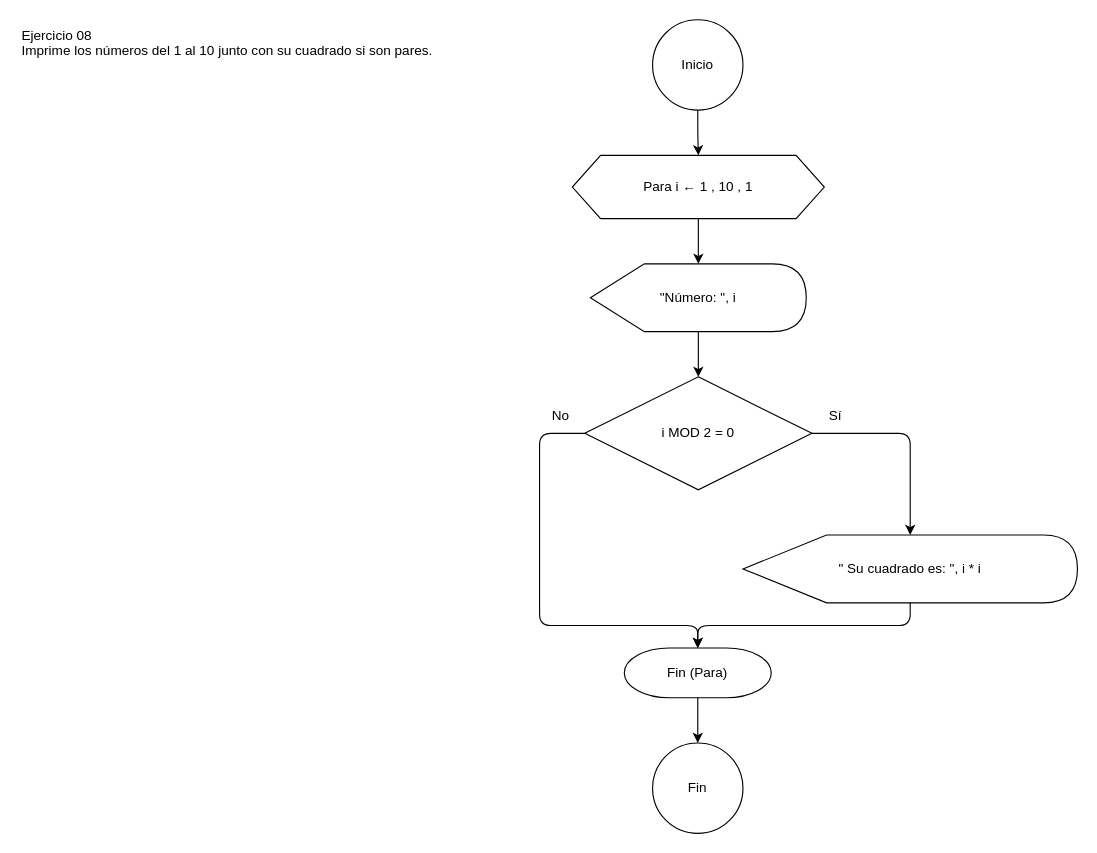
This is DATOS Y ALGORITMOS/Practica/2_Repeticion_Para_Mientras/Ejercicio_08/diagrama.drawio from gonzalogiolitti/facultad-tcd, a draw.io file, before an edit. Source tidied: cells renumbered, new cells numbered last; positions are measured from the earlier drawing's top-left corner, leaving out a move shared by most shapes. Both pictures are drawn from the tidied source at 113%, with x=0, y=0 at pixel (19, 19).
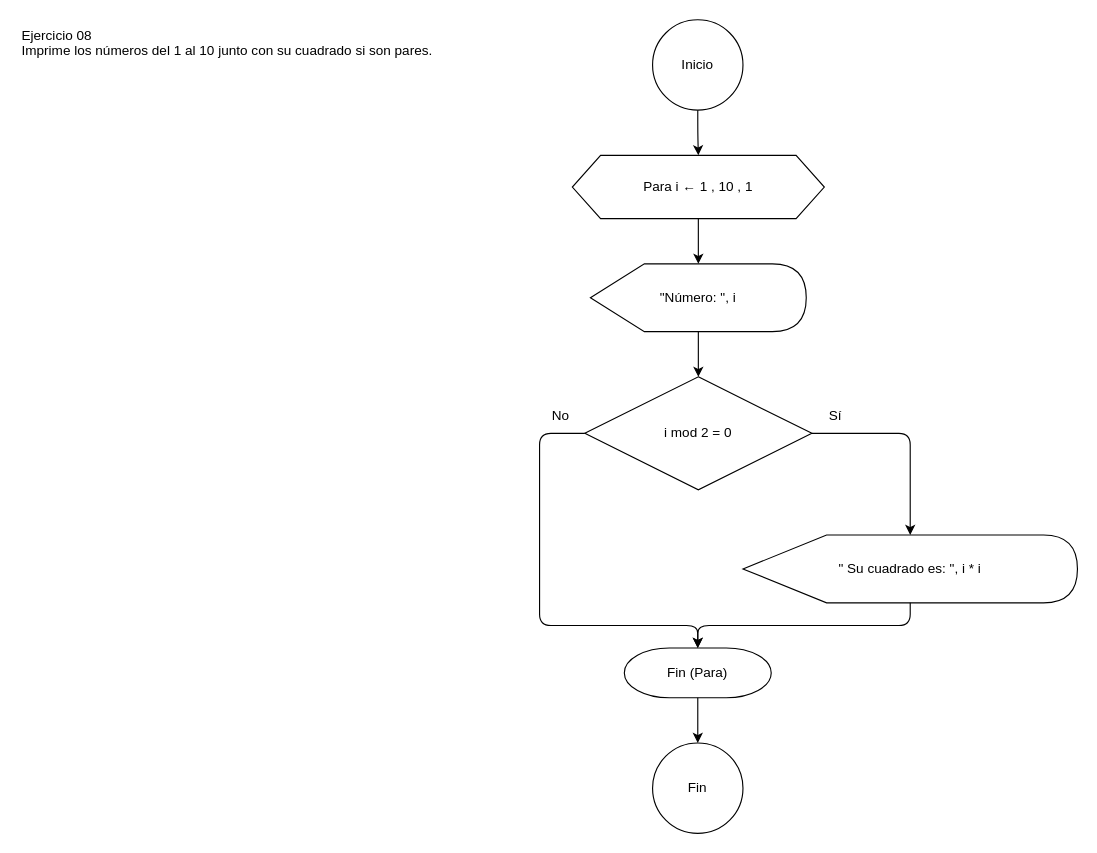
Above is the later version.

Diff of the diagram source:
```diff
@@
-    <mxCell id="6" value="i MOD 2 = 0" style="rhombus;whiteSpace=wrap;html=1;" parent="1" vertex="1">
+    <mxCell id="6" value="i mod 2 = 0" style="rhombus;whiteSpace=wrap;html=1;" parent="1" vertex="1">
       <mxGeometry x="500" y="316" width="201" height="100" as="geometry" />
     </mxCell>
```
